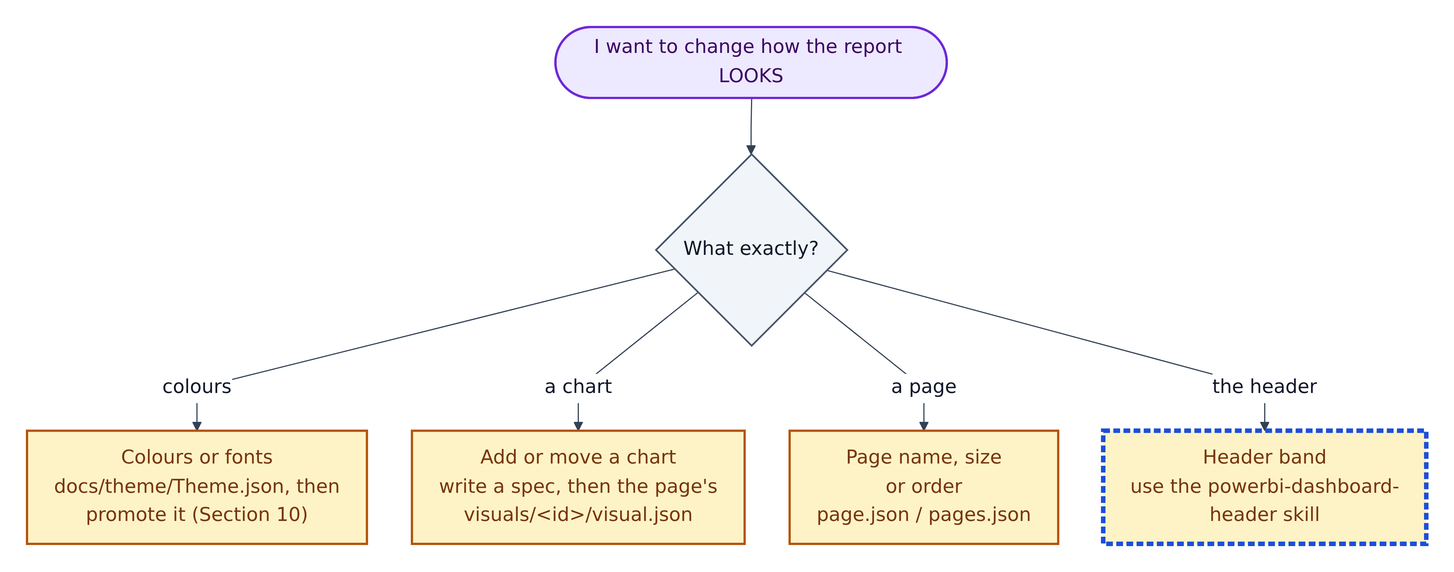
The Mermaid diagram guide/images/15-1-looks.png in GibbonGambits/PGE-PBIP-Template, before a commit. Its source is kept beside it as guide/images/src/15-1-looks.mmd.
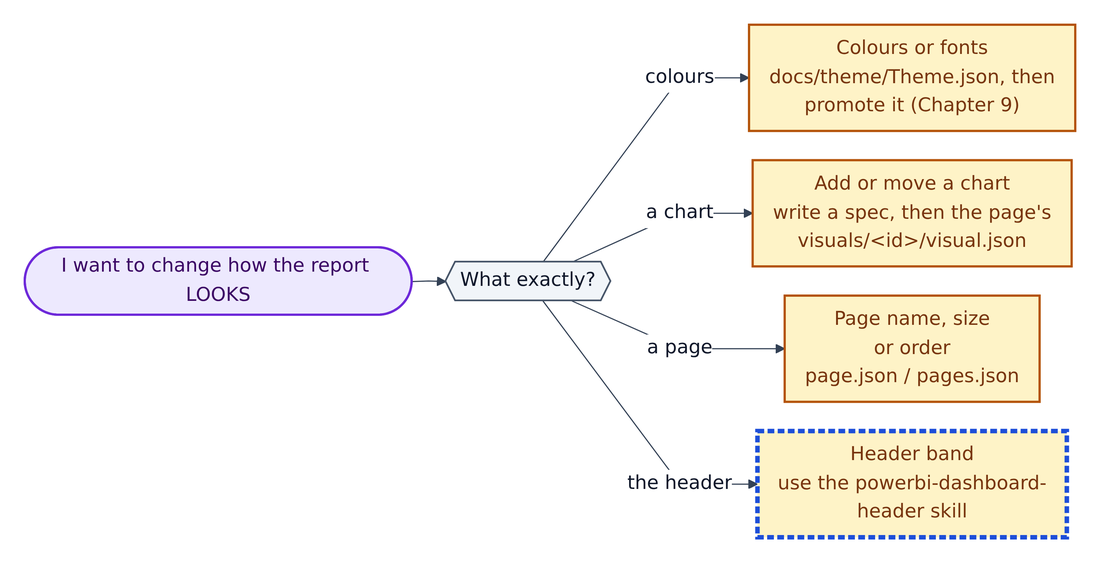
The same file after the commit.

The edit, as a diff of the source:
```diff
@@ -1,7 +1,7 @@
-flowchart TB
+flowchart LR
   S(["I want to change how the report LOOKS"]):::you
   Q{"What exactly?"}:::n
-  A1["Colours or fonts<br/>docs/theme/Theme.json, then<br/>promote it (Section 10)"]:::a
+  A1["Colours or fonts<br/>docs/theme/Theme.json, then<br/>promote it (Chapter 9)"]:::a
   A2["Add or move a chart<br/>write a spec, then the page's<br/>visuals/&lt;id&gt;/visual.json"]:::a
   A3["Page name, size<br/>or order<br/>page.json / pages.json"]:::a
   A4["Header band<br/>use the powerbi-dashboard-<br/>header skill"]:::aa
```
